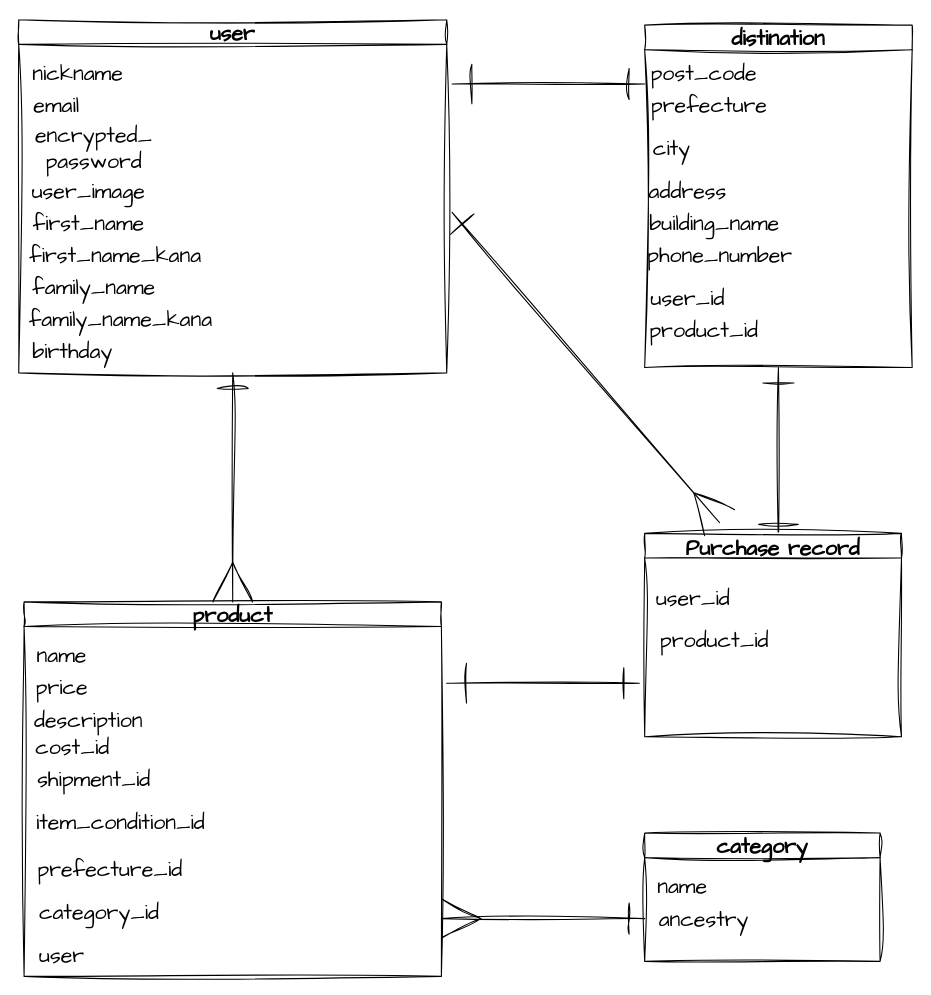
kouji777/furima-38659 keeps this draw.io diagram as Untitled-1.drawio. Above is the earlier version. Source tidied: cells renumbered, new cells numbered last; positions are measured from the earlier drawing's top-left corner, leaving out a move shared by most shapes. Both pictures are drawn from the tidied source at 107%, with x=0, y=0 at pixel (18, 19).
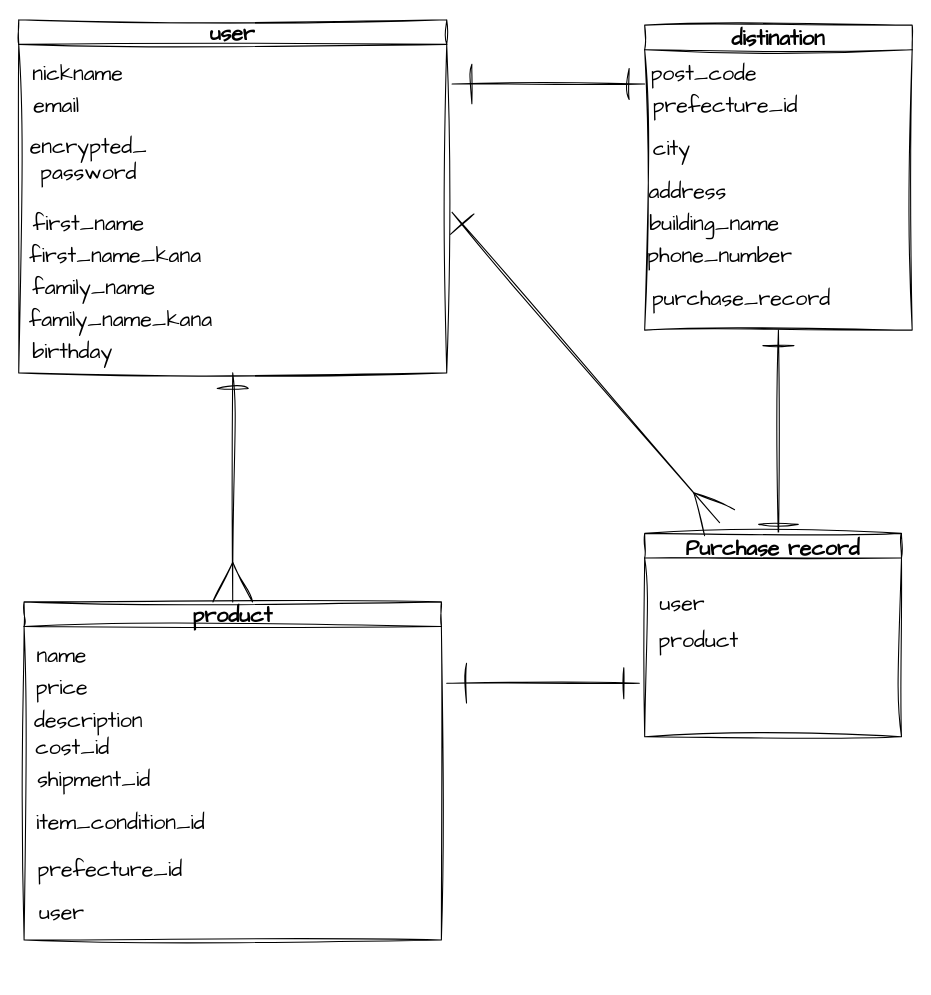
After the change.

Commit message (it also covers changes not shown here):
データベース修正

The change refers to these unchanged cells:
```xml
<mxCell id="3" value="user" style="swimlane;whiteSpace=wrap;html=1;sketch=1;hachureGap=4;jiggle=2;curveFitting=1;fontFamily=Architects Daughter;fontSize=20;" parent="1" vertex="1">
  <mxGeometry width="400" height="330" as="geometry" />
</mxCell>
<mxCell id="38" value="Purchase record" style="swimlane;sketch=1;hachureGap=4;jiggle=2;curveFitting=1;fontFamily=Architects Daughter;fontSize=20;" parent="1" vertex="1">
  <mxGeometry x="585" y="480" width="240" height="190" as="geometry" />
</mxCell>
```

What changed in the source:
```diff
@@
     <mxCell id="6" value="encrypted_&lt;br&gt;password" style="text;html=1;align=center;verticalAlign=middle;strokeColor=none;fillColor=none;fontSize=20;fontFamily=Architects Daughter;sketch=1;hachureGap=4;jiggle=2;curveFitting=1;" parent="3" vertex="1">
-      <mxGeometry x="5" y="90" width="130" height="60" as="geometry" />
+      <mxGeometry y="100" width="130" height="60" as="geometry" />
     </mxCell>
-    <mxCell id="7" value="user_image" style="text;html=1;align=center;verticalAlign=middle;strokeColor=none;fillColor=none;fontSize=20;fontFamily=Architects Daughter;sketch=1;hachureGap=4;jiggle=2;curveFitting=1;" parent="3" vertex="1">
-      <mxGeometry y="140" width="130" height="40" as="geometry" />
-    </mxCell>
@@
     <mxCell id="13" value="product" style="swimlane;whiteSpace=wrap;html=1;sketch=1;hachureGap=4;jiggle=2;curveFitting=1;fontFamily=Architects Daughter;fontSize=20;" parent="1" vertex="1">
-      <mxGeometry x="5" y="544" width="390" height="350" as="geometry" />
+      <mxGeometry x="5" y="544" width="390" height="316" as="geometry" />
     </mxCell>
@@
-    <mxCell id="21" value="category_id" style="text;html=1;align=center;verticalAlign=middle;strokeColor=none;fillColor=none;fontSize=20;fontFamily=Architects Daughter;sketch=1;hachureGap=4;jiggle=2;curveFitting=1;" parent="13" vertex="1">
-      <mxGeometry y="270" width="140" height="40" as="geometry" />
-    </mxCell>
     <mxCell id="22" value="user" style="text;html=1;align=center;verticalAlign=middle;strokeColor=none;fillColor=none;fontSize=20;fontFamily=Architects Daughter;sketch=1;hachureGap=4;jiggle=2;curveFitting=1;" parent="13" vertex="1">
-      <mxGeometry y="310" width="70" height="40" as="geometry" />
+      <mxGeometry y="270" width="70" height="40" as="geometry" />
     </mxCell>
@@
     <mxCell id="24" value="distination" style="swimlane;whiteSpace=wrap;html=1;sketch=1;hachureGap=4;jiggle=2;curveFitting=1;fontFamily=Architects Daughter;fontSize=20;" parent="1" vertex="1">
-      <mxGeometry x="585" y="5" width="250" height="320" as="geometry" />
+      <mxGeometry x="585" y="5" width="250" height="285" as="geometry" />
     </mxCell>
@@
-    <mxCell id="26" value="prefecture" style="text;html=1;align=center;verticalAlign=middle;strokeColor=none;fillColor=none;fontSize=20;fontFamily=Architects Daughter;sketch=1;hachureGap=4;jiggle=2;curveFitting=1;" parent="24" vertex="1">
-      <mxGeometry x="-5" y="55" width="130" height="40" as="geometry" />
+    <mxCell id="26" value="prefecture_id" style="text;html=1;align=center;verticalAlign=middle;strokeColor=none;fillColor=none;fontSize=20;fontFamily=Architects Daughter;sketch=1;hachureGap=4;jiggle=2;curveFitting=1;" parent="24" vertex="1">
+      <mxGeometry x="-5" y="55" width="160" height="40" as="geometry" />
     </mxCell>
@@
-    <mxCell id="31" value="user_id" style="text;html=1;align=center;verticalAlign=middle;strokeColor=none;fillColor=none;fontSize=20;fontFamily=Architects Daughter;sketch=1;hachureGap=4;jiggle=2;curveFitting=1;" parent="24" vertex="1">
-      <mxGeometry x="-5" y="235" width="90" height="40" as="geometry" />
-    </mxCell>
-    <mxCell id="32" value="product_id" style="text;html=1;align=center;verticalAlign=middle;strokeColor=none;fillColor=none;fontSize=20;fontFamily=Architects Daughter;sketch=1;hachureGap=4;jiggle=2;curveFitting=1;" parent="24" vertex="1">
-      <mxGeometry x="-10" y="265" width="130" height="40" as="geometry" />
+    <mxCell id="32" value="purchase_record" style="text;html=1;align=center;verticalAlign=middle;strokeColor=none;fillColor=none;fontSize=20;fontFamily=Architects Daughter;sketch=1;hachureGap=4;jiggle=2;curveFitting=1;" parent="24" vertex="1">
+      <mxGeometry x="-5" y="235" width="190" height="40" as="geometry" />
     </mxCell>
-    <mxCell id="33" value="category" style="swimlane;whiteSpace=wrap;html=1;sketch=1;hachureGap=4;jiggle=2;curveFitting=1;fontFamily=Architects Daughter;fontSize=20;" parent="1" vertex="1">
-      <mxGeometry x="585" y="760" width="220" height="120" as="geometry" />
-    </mxCell>
-    <mxCell id="34" value="name" style="text;html=1;align=center;verticalAlign=middle;strokeColor=none;fillColor=none;fontSize=20;fontFamily=Architects Daughter;sketch=1;hachureGap=4;jiggle=2;curveFitting=1;" parent="33" vertex="1">
-      <mxGeometry y="30" width="70" height="40" as="geometry" />
-    </mxCell>
-    <mxCell id="35" value="ancestry" style="text;html=1;align=center;verticalAlign=middle;points=[];strokeColor=none;fillColor=none;fontSize=20;fontFamily=Architects Daughter;sketch=1;hachureGap=4;jiggle=2;curveFitting=1;" parent="33" vertex="1">
-      <mxGeometry y="60" width="110" height="40" as="geometry" />
-    </mxCell>
@@
-    <mxCell id="37" style="edgeStyle=none;rounded=0;sketch=1;hachureGap=4;jiggle=2;curveFitting=1;html=1;strokeWidth=1;fontFamily=Architects Daughter;fontSize=16;startArrow=ERone;startFill=0;endArrow=ERmany;endFill=0;startSize=27;endSize=35;targetPerimeterSpacing=0;" parent="1" edge="1" source="35">
-      <mxGeometry relative="1" as="geometry">
-        <mxPoint x="395" y="840" as="targetPoint" />
-      </mxGeometry>
-    </mxCell>
@@
-    <mxCell id="39" value="product_id" style="text;html=1;align=center;verticalAlign=middle;strokeColor=none;fillColor=none;fontSize=20;fontFamily=Architects Daughter;sketch=1;hachureGap=4;jiggle=2;curveFitting=1;" parent="38" vertex="1">
-      <mxGeometry y="80" width="130" height="40" as="geometry" />
+    <mxCell id="39" value="product" style="text;html=1;align=center;verticalAlign=middle;strokeColor=none;fillColor=none;fontSize=20;fontFamily=Architects Daughter;sketch=1;hachureGap=4;jiggle=2;curveFitting=1;" parent="38" vertex="1">
+      <mxGeometry y="80" width="100" height="40" as="geometry" />
     </mxCell>
-    <mxCell id="40" value="user_id" style="text;html=1;align=center;verticalAlign=middle;strokeColor=none;fillColor=none;fontSize=20;fontFamily=Architects Daughter;sketch=1;hachureGap=4;jiggle=2;curveFitting=1;" parent="38" vertex="1">
-      <mxGeometry y="40" width="90" height="40" as="geometry" />
+    <mxCell id="40" value="user" style="text;html=1;align=center;verticalAlign=middle;strokeColor=none;fillColor=none;fontSize=20;fontFamily=Architects Daughter;sketch=1;hachureGap=4;jiggle=2;curveFitting=1;" parent="38" vertex="1">
+      <mxGeometry y="45" width="70" height="40" as="geometry" />
     </mxCell>
-    <mxCell id="41" value="&lt;div style=&quot;color: rgb(212, 212, 212); background-color: rgb(30, 30, 30); font-family: Menlo, Monaco, &amp;quot;Courier New&amp;quot;, monospace; font-size: 12px; line-height: 18px;&quot;&gt;&lt;br&gt;&lt;/div&gt;" style="text;html=1;align=center;verticalAlign=middle;strokeColor=none;fillColor=none;fontSize=20;fontFamily=Architects Daughter;sketch=1;hachureGap=4;jiggle=2;curveFitting=1;" parent="1" vertex="1">
-      <mxGeometry x="635" y="515" width="20" height="30" as="geometry" />
+    <mxCell id="41" value="&lt;div style=&quot;color: rgb(212, 212, 212); background-color: rgb(30, 30, 30); font-family: Menlo, Monaco, &amp;quot;Courier New&amp;quot;, monospace; font-size: 12px; line-height: 18px;&quot;&gt;&lt;br&gt;&lt;/div&gt;" style="text;html=1;align=center;verticalAlign=middle;strokeColor=none;fillColor=none;fontSize=20;fontFamily=Architects Daughter;sketch=1;hachureGap=4;jiggle=2;curveFitting=1;" parent="38" vertex="1">
+      <mxGeometry x="40" y="35" width="20" height="30" as="geometry" />
     </mxCell>
```
